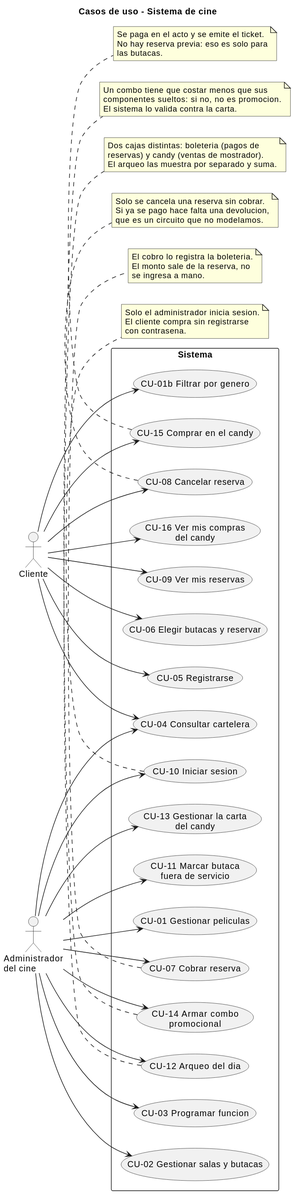
andreiveisuade/cine-uade keeps this PlantUML diagram as cine-backend/docs/diagramas/casos-de-uso.svg. Above is the earlier version.
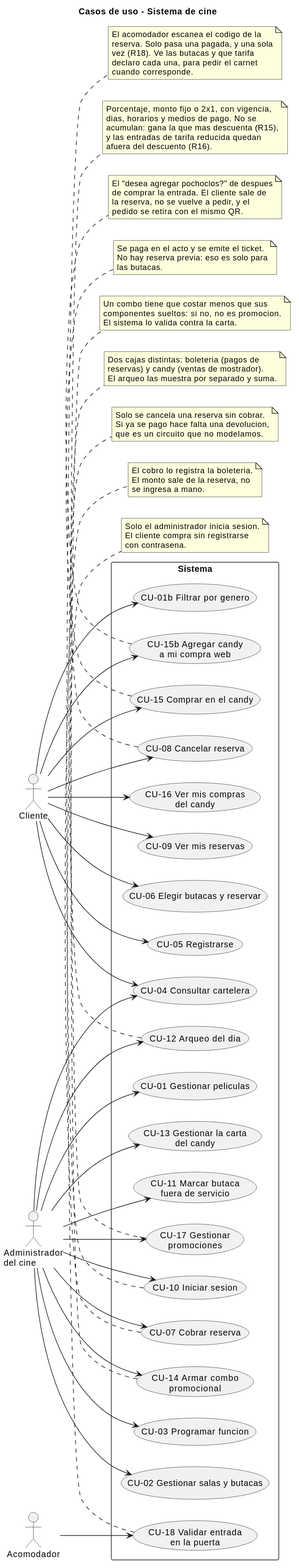
The same diagram one commit later.

Commit message:
docs: capas, casos de uso y manual al dia con lo implementado

Diff of the diagram source:
```diff
@@ -5,6 +5,7 @@
 
 actor Cliente as cliente
 actor "Administrador\ndel cine" as admin
+actor Acomodador as acomodador
 
 rectangle Sistema {
   usecase "CU-01 Gestionar peliculas" as CU01
@@ -24,6 +25,9 @@
   usecase "CU-14 Armar combo\npromocional" as CU14
   usecase "CU-15 Comprar en el candy" as CU15
   usecase "CU-16 Ver mis compras\ndel candy" as CU16
+  usecase "CU-15b Agregar candy\na mi compra web" as CU15b
+  usecase "CU-17 Gestionar\npromociones" as CU17
+  usecase "CU-18 Validar entrada\nen la puerta" as CU18
 }
 
 cliente --> CU04
@@ -34,6 +38,7 @@
 cliente --> CU09
 cliente --> CU15
 cliente --> CU16
+cliente --> CU15b
 
 admin --> CU10
 admin --> CU01
@@ -45,6 +50,8 @@
 admin --> CU12
 admin --> CU13
 admin --> CU14
+admin --> CU17
+acomodador --> CU18
 
 note bottom of CU10
   Solo el administrador inicia sesion.
@@ -81,4 +88,27 @@
   No hay reserva previa: eso es solo para
   las butacas.
 end note
+
+note bottom of CU15b
+  El "desea agregar pochoclos?" de despues
+  de comprar la entrada. El cliente sale de
+  la reserva, no se vuelve a pedir, y el
+  pedido se retira con el mismo QR.
+end note
+
+note bottom of CU17
+  Porcentaje, monto fijo o 2x1, con vigencia,
+  dias, horarios y medios de pago. No se
+  acumulan: gana la que mas descuenta (R15),
+  y las entradas de tarifa reducida quedan
+  afuera del descuento (R16).
+end note
+
+note bottom of CU18
+  El acomodador escanea el codigo de la
+  reserva. Solo pasa una pagada, y una sola
+  vez (R18). Ve las butacas y que tarifa
+  declaro cada una, para pedir el carnet
+  cuando corresponde.
+end note
 @enduml
```
